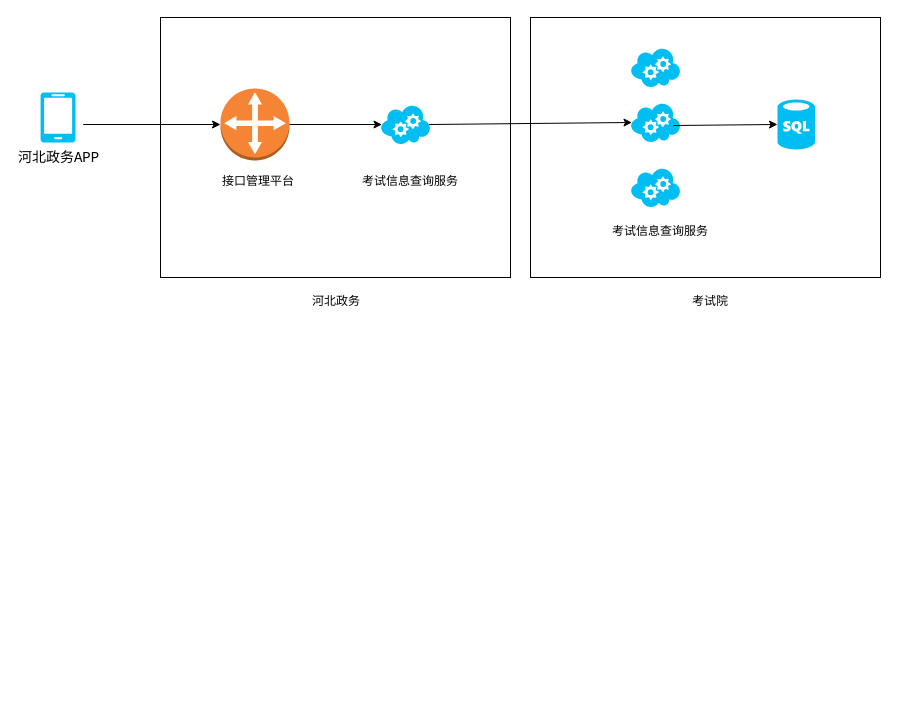
The draw.io diagram 未命名绘图.drawio in jeffmacn/myjava, before the edit. Source tidied: cells renumbered, new cells numbered last; positions are measured from the earlier drawing's top-left corner, leaving out a move shared by most shapes. Both pictures are drawn from the tidied source at 100%, with x=0, y=0 at pixel (40, 17). Pictures stored in the file or linked from it are replaced by grey dashed boxes.
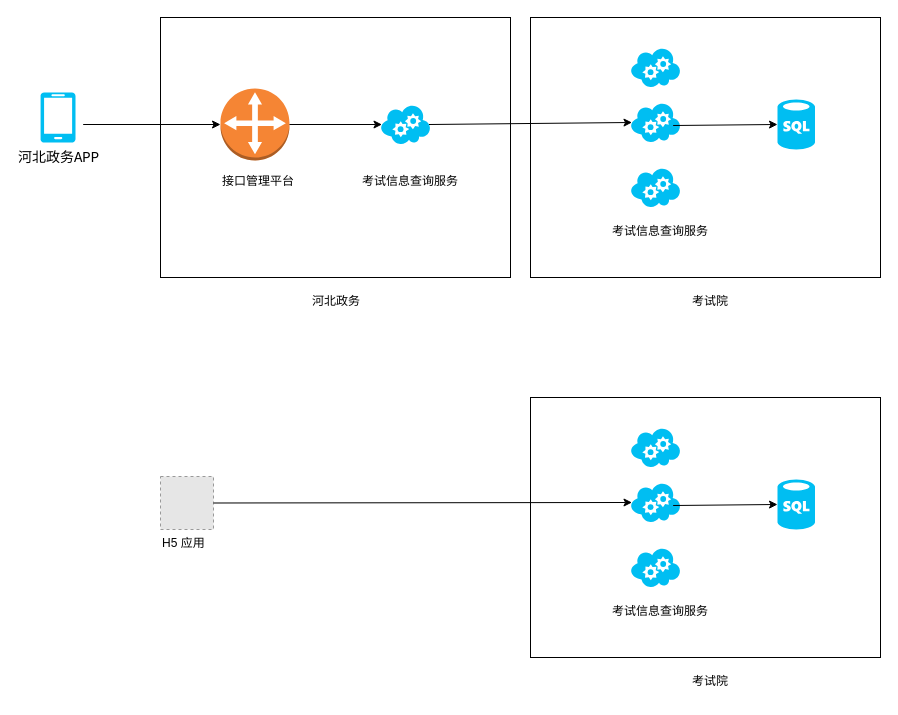
The same page after the edit.

Commit message (it also covers changes not shown here):
更新未命名绘图.drawio

Change to the diagram source:
```diff
@@
+    <mxCell id="20" style="rounded=0;whiteSpace=wrap;html=1;" parent="1" vertex="1">
+      <mxGeometry x="490" y="380" width="350" height="260" as="geometry" />
+    </mxCell>
+    <mxCell id="21" style="verticalLabelPosition=bottom;html=1;verticalAlign=top;align=center;strokeColor=none;fillColor=#00BEF2;shape=mxgraph.azure.cloud_service;" parent="1" vertex="1">
+      <mxGeometry x="590" y="465" width="50" height="40" as="geometry" />
+    </mxCell>
+    <mxCell id="22" value="考试院" style="text;html=1;" parent="1" vertex="1">
+      <mxGeometry x="650" y="650" width="70" height="30" as="geometry" />
+    </mxCell>
+    <mxCell id="23" style="verticalLabelPosition=bottom;html=1;verticalAlign=top;align=center;strokeColor=none;fillColor=#00BEF2;shape=mxgraph.azure.sql_database;" parent="1" vertex="1">
+      <mxGeometry x="737" y="462" width="37.5" height="50" as="geometry" />
+    </mxCell>
+    <mxCell id="24" style="verticalLabelPosition=bottom;html=1;verticalAlign=top;align=center;strokeColor=none;fillColor=#00BEF2;shape=mxgraph.azure.cloud_service;" parent="1" vertex="1">
+      <mxGeometry x="590" y="410" width="50" height="40" as="geometry" />
+    </mxCell>
+    <mxCell id="25" style="verticalLabelPosition=bottom;html=1;verticalAlign=top;align=center;strokeColor=none;fillColor=#00BEF2;shape=mxgraph.azure.cloud_service;" parent="1" vertex="1">
+      <mxGeometry x="590" y="530" width="50" height="40" as="geometry" />
+    </mxCell>
+    <mxCell id="26" value="考试信息查询服务" style="text;html=1;" parent="1" vertex="1">
+      <mxGeometry x="570" y="580" width="70" height="30" as="geometry" />
+    </mxCell>
+    <mxCell id="27" style="endArrow=classic;html=1;exitX=0.853;exitY=0.575;exitDx=0;exitDy=0;exitPerimeter=0;entryX=0;entryY=0.5;entryDx=0;entryDy=0;entryPerimeter=0;" parent="1" edge="1" source="21" target="23">
+      <mxGeometry relative="1" as="geometry" />
+    </mxCell>
+    <mxCell id="28" style="fillColor=#E6E6E6;strokeColor=#999999;dashed=1;html=1;verticalAlign=top;verticalLabelPosition=bottom;labelBackgroundColor=#ffffff;" parent="1" vertex="1">
+      <mxGeometry x="120" y="459" width="53" height="53" as="geometry" />
+    </mxCell>
+    <mxCell id="29" value="H5 应用" style="text;html=1;" parent="1" vertex="1">
+      <mxGeometry x="120" y="512" width="70" height="30" as="geometry" />
+    </mxCell>
+    <mxCell id="30" style="endArrow=classic;html=1;exitX=1;exitY=0.5;exitDx=0;exitDy=0;entryX=0.03;entryY=0.5;entryDx=0;entryDy=0;entryPerimeter=0;" parent="1" edge="1" source="28" target="21">
+      <mxGeometry relative="1" as="geometry" />
+    </mxCell>
```
